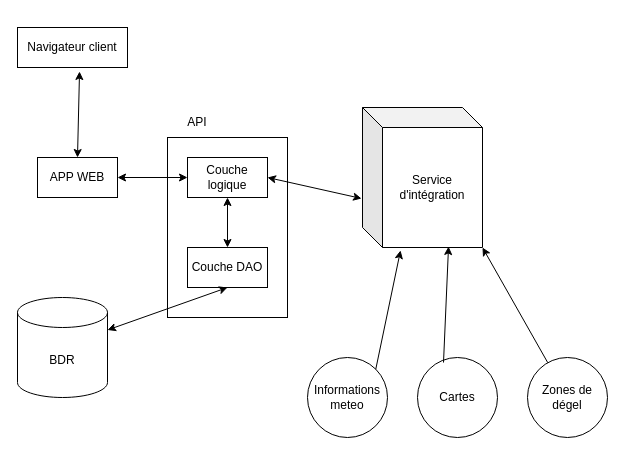
Before: docs/Architecture-Projet-C56-C57.drawio in Anas-alt-del/Info-Sinistre-Auto, a draw.io diagram. Source tidied: cells renumbered, new cells numbered last; positions are measured from the earlier drawing's top-left corner, leaving out a move shared by most shapes. Both pictures are drawn from the tidied source at 100%, with x=0, y=0 at pixel (17, 27).
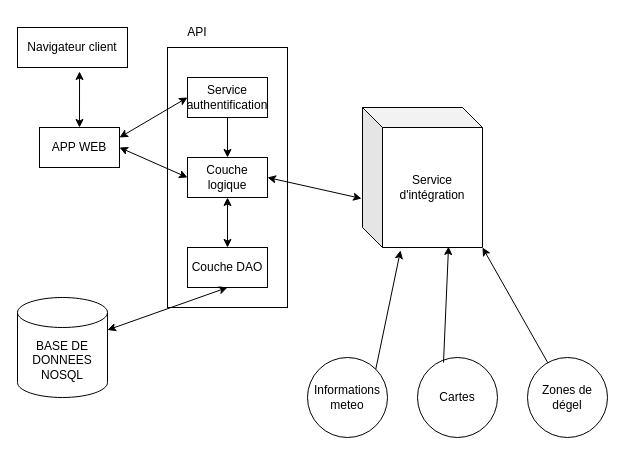
The same page after the edit.

Unchanged cells that the change refers to:
```xml
<mxCell id="6" value="Couche logique" style="rounded=0;whiteSpace=wrap;html=1;" parent="1" vertex="1">
  <mxGeometry x="170" y="130" width="80" height="40" as="geometry" />
</mxCell>
```

The edit, as a diff of the source:
```diff
@@
     <mxCell id="3" style="rounded=0;whiteSpace=wrap;html=1;" parent="1" vertex="1">
-      <mxGeometry x="150" y="110" width="120" height="180" as="geometry" />
+      <mxGeometry x="150" y="20" width="120" height="260" as="geometry" />
     </mxCell>
     <mxCell id="4" value="&lt;div&gt;API&lt;/div&gt;" style="text;html=1;whiteSpace=wrap;strokeColor=none;fillColor=none;align=center;verticalAlign=middle;rounded=0;" parent="1" vertex="1">
-      <mxGeometry x="150" y="80" width="60" height="30" as="geometry" />
+      <mxGeometry x="150" y="-10" width="60" height="30" as="geometry" />
     </mxCell>
     <mxCell id="5" value="APP WEB" style="rounded=0;whiteSpace=wrap;html=1;" parent="1" vertex="1">
-      <mxGeometry x="20" y="130" width="80" height="40" as="geometry" />
+      <mxGeometry x="22" y="100" width="80" height="40" as="geometry" />
     </mxCell>
@@
-    <mxCell id="8" value="BDR" style="shape=cylinder3;whiteSpace=wrap;html=1;boundedLbl=1;backgroundOutline=1;size=15;" parent="1" vertex="1">
+    <mxCell id="8" value="BASE DE DONNEES NOSQL" style="shape=cylinder3;whiteSpace=wrap;html=1;boundedLbl=1;backgroundOutline=1;size=15;" parent="1" vertex="1">
       <mxGeometry y="270" width="90" height="100" as="geometry" />
     </mxCell>
@@
-    <mxCell id="14" style="endArrow=classic;html=1;rounded=0;entryX=1;entryY=0.5;entryDx=0;entryDy=0;exitX=0;exitY=0.5;exitDx=0;exitDy=0;startArrow=classic;startFill=1;" parent="1" edge="1" source="6" target="5">
-      <mxGeometry relative="1" as="geometry" />
-    </mxCell>
@@
+    <mxCell id="22" value="Service authentification" style="rounded=0;whiteSpace=wrap;html=1;" parent="1" vertex="1">
+      <mxGeometry x="170" y="50" width="80" height="40" as="geometry" />
+    </mxCell>
+    <mxCell id="14" style="endArrow=classic;html=1;rounded=0;entryX=1;entryY=0.5;entryDx=0;entryDy=0;exitX=0;exitY=0.5;exitDx=0;exitDy=0;startArrow=classic;startFill=1;" parent="1" edge="1" source="6" target="5">
+      <mxGeometry relative="1" as="geometry" />
+    </mxCell>
+    <mxCell id="23" style="endArrow=classic;html=1;rounded=0;entryX=1;entryY=0.25;entryDx=0;entryDy=0;exitX=0;exitY=0.5;exitDx=0;exitDy=0;startArrow=classic;startFill=1;" parent="1" edge="1" source="22" target="5">
+      <mxGeometry relative="1" as="geometry" />
+    </mxCell>
+    <mxCell id="24" style="endArrow=classic;html=1;rounded=0;entryX=0.5;entryY=0;entryDx=0;entryDy=0;exitX=0.5;exitY=1;exitDx=0;exitDy=0;startArrow=none;startFill=0;" parent="1" edge="1" source="22" target="6">
+      <mxGeometry relative="1" as="geometry" />
+    </mxCell>
```
